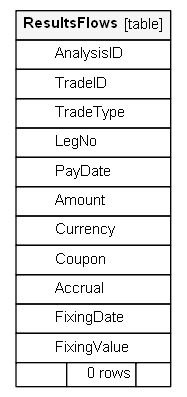
The Graphviz diagram docs/schemaDoc/diagrams/orphans/ResultsFlows.1degree.png in rkapl123/OreControl, before a commit. Its source is kept beside it as docs/schemaDoc/diagrams/orphans/ResultsFlows.1degree.dot.
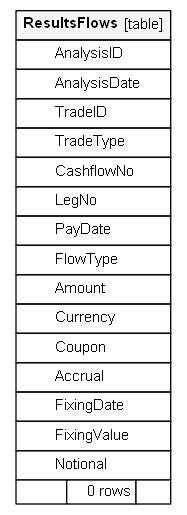
The same diagram one commit later.

Diff of the diagram source:
```diff
@@ -21,16 +21,20 @@
     <TABLE BORDER="0" CELLBORDER="1" CELLSPACING="0" BGCOLOR="#ffffff">
       <TR><TD COLSPAN="3"  BGCOLOR="#f5f5f5"><TABLE BORDER="0" CELLSPACING="0"><TR><TD ALIGN="LEFT"><B>ResultsFlows</B></TD><TD ALIGN="RIGHT">[table]</TD></TR></TABLE></TD></TR>
       <TR><TD PORT="AnalysisID" COLSPAN="3" ALIGN="LEFT"><TABLE BORDER="0" CELLSPACING="0" ALIGN="LEFT"><TR ALIGN="LEFT"><TD ALIGN="LEFT" FIXEDSIZE="TRUE" WIDTH="15" HEIGHT="16"></TD><TD ALIGN="LEFT" FIXEDSIZE="TRUE" WIDTH="77" HEIGHT="16">AnalysisID</TD></TR></TABLE></TD></TR>
+      <TR><TD PORT="AnalysisDate" COLSPAN="3" ALIGN="LEFT"><TABLE BORDER="0" CELLSPACING="0" ALIGN="LEFT"><TR ALIGN="LEFT"><TD ALIGN="LEFT" FIXEDSIZE="TRUE" WIDTH="15" HEIGHT="16"></TD><TD ALIGN="LEFT" FIXEDSIZE="TRUE" WIDTH="77" HEIGHT="16">AnalysisDate</TD></TR></TABLE></TD></TR>
       <TR><TD PORT="TradeID" COLSPAN="3" ALIGN="LEFT"><TABLE BORDER="0" CELLSPACING="0" ALIGN="LEFT"><TR ALIGN="LEFT"><TD ALIGN="LEFT" FIXEDSIZE="TRUE" WIDTH="15" HEIGHT="16"></TD><TD ALIGN="LEFT" FIXEDSIZE="TRUE" WIDTH="77" HEIGHT="16">TradeID</TD></TR></TABLE></TD></TR>
       <TR><TD PORT="TradeType" COLSPAN="3" ALIGN="LEFT"><TABLE BORDER="0" CELLSPACING="0" ALIGN="LEFT"><TR ALIGN="LEFT"><TD ALIGN="LEFT" FIXEDSIZE="TRUE" WIDTH="15" HEIGHT="16"></TD><TD ALIGN="LEFT" FIXEDSIZE="TRUE" WIDTH="77" HEIGHT="16">TradeType</TD></TR></TABLE></TD></TR>
+      <TR><TD PORT="CashflowNo" COLSPAN="3" ALIGN="LEFT"><TABLE BORDER="0" CELLSPACING="0" ALIGN="LEFT"><TR ALIGN="LEFT"><TD ALIGN="LEFT" FIXEDSIZE="TRUE" WIDTH="15" HEIGHT="16"></TD><TD ALIGN="LEFT" FIXEDSIZE="TRUE" WIDTH="77" HEIGHT="16">CashflowNo</TD></TR></TABLE></TD></TR>
       <TR><TD PORT="LegNo" COLSPAN="3" ALIGN="LEFT"><TABLE BORDER="0" CELLSPACING="0" ALIGN="LEFT"><TR ALIGN="LEFT"><TD ALIGN="LEFT" FIXEDSIZE="TRUE" WIDTH="15" HEIGHT="16"></TD><TD ALIGN="LEFT" FIXEDSIZE="TRUE" WIDTH="77" HEIGHT="16">LegNo</TD></TR></TABLE></TD></TR>
       <TR><TD PORT="PayDate" COLSPAN="3" ALIGN="LEFT"><TABLE BORDER="0" CELLSPACING="0" ALIGN="LEFT"><TR ALIGN="LEFT"><TD ALIGN="LEFT" FIXEDSIZE="TRUE" WIDTH="15" HEIGHT="16"></TD><TD ALIGN="LEFT" FIXEDSIZE="TRUE" WIDTH="77" HEIGHT="16">PayDate</TD></TR></TABLE></TD></TR>
+      <TR><TD PORT="FlowType" COLSPAN="3" ALIGN="LEFT"><TABLE BORDER="0" CELLSPACING="0" ALIGN="LEFT"><TR ALIGN="LEFT"><TD ALIGN="LEFT" FIXEDSIZE="TRUE" WIDTH="15" HEIGHT="16"></TD><TD ALIGN="LEFT" FIXEDSIZE="TRUE" WIDTH="77" HEIGHT="16">FlowType</TD></TR></TABLE></TD></TR>
       <TR><TD PORT="Amount" COLSPAN="3" ALIGN="LEFT"><TABLE BORDER="0" CELLSPACING="0" ALIGN="LEFT"><TR ALIGN="LEFT"><TD ALIGN="LEFT" FIXEDSIZE="TRUE" WIDTH="15" HEIGHT="16"></TD><TD ALIGN="LEFT" FIXEDSIZE="TRUE" WIDTH="77" HEIGHT="16">Amount</TD></TR></TABLE></TD></TR>
       <TR><TD PORT="Currency" COLSPAN="3" ALIGN="LEFT"><TABLE BORDER="0" CELLSPACING="0" ALIGN="LEFT"><TR ALIGN="LEFT"><TD ALIGN="LEFT" FIXEDSIZE="TRUE" WIDTH="15" HEIGHT="16"></TD><TD ALIGN="LEFT" FIXEDSIZE="TRUE" WIDTH="77" HEIGHT="16">Currency</TD></TR></TABLE></TD></TR>
       <TR><TD PORT="Coupon" COLSPAN="3" ALIGN="LEFT"><TABLE BORDER="0" CELLSPACING="0" ALIGN="LEFT"><TR ALIGN="LEFT"><TD ALIGN="LEFT" FIXEDSIZE="TRUE" WIDTH="15" HEIGHT="16"></TD><TD ALIGN="LEFT" FIXEDSIZE="TRUE" WIDTH="77" HEIGHT="16">Coupon</TD></TR></TABLE></TD></TR>
       <TR><TD PORT="Accrual" COLSPAN="3" ALIGN="LEFT"><TABLE BORDER="0" CELLSPACING="0" ALIGN="LEFT"><TR ALIGN="LEFT"><TD ALIGN="LEFT" FIXEDSIZE="TRUE" WIDTH="15" HEIGHT="16"></TD><TD ALIGN="LEFT" FIXEDSIZE="TRUE" WIDTH="77" HEIGHT="16">Accrual</TD></TR></TABLE></TD></TR>
       <TR><TD PORT="FixingDate" COLSPAN="3" ALIGN="LEFT"><TABLE BORDER="0" CELLSPACING="0" ALIGN="LEFT"><TR ALIGN="LEFT"><TD ALIGN="LEFT" FIXEDSIZE="TRUE" WIDTH="15" HEIGHT="16"></TD><TD ALIGN="LEFT" FIXEDSIZE="TRUE" WIDTH="77" HEIGHT="16">FixingDate</TD></TR></TABLE></TD></TR>
       <TR><TD PORT="FixingValue" COLSPAN="3" ALIGN="LEFT"><TABLE BORDER="0" CELLSPACING="0" ALIGN="LEFT"><TR ALIGN="LEFT"><TD ALIGN="LEFT" FIXEDSIZE="TRUE" WIDTH="15" HEIGHT="16"></TD><TD ALIGN="LEFT" FIXEDSIZE="TRUE" WIDTH="77" HEIGHT="16">FixingValue</TD></TR></TABLE></TD></TR>
+      <TR><TD PORT="Notional" COLSPAN="3" ALIGN="LEFT"><TABLE BORDER="0" CELLSPACING="0" ALIGN="LEFT"><TR ALIGN="LEFT"><TD ALIGN="LEFT" FIXEDSIZE="TRUE" WIDTH="15" HEIGHT="16"></TD><TD ALIGN="LEFT" FIXEDSIZE="TRUE" WIDTH="77" HEIGHT="16">Notional</TD></TR></TABLE></TD></TR>
       <TR><TD ALIGN="LEFT" BGCOLOR="#ffffff">  </TD><TD ALIGN="RIGHT" BGCOLOR="#ffffff">0 rows</TD><TD ALIGN="RIGHT" BGCOLOR="#ffffff">  </TD></TR>
     </TABLE>>
     URL="tables/ResultsFlows.html"
```
